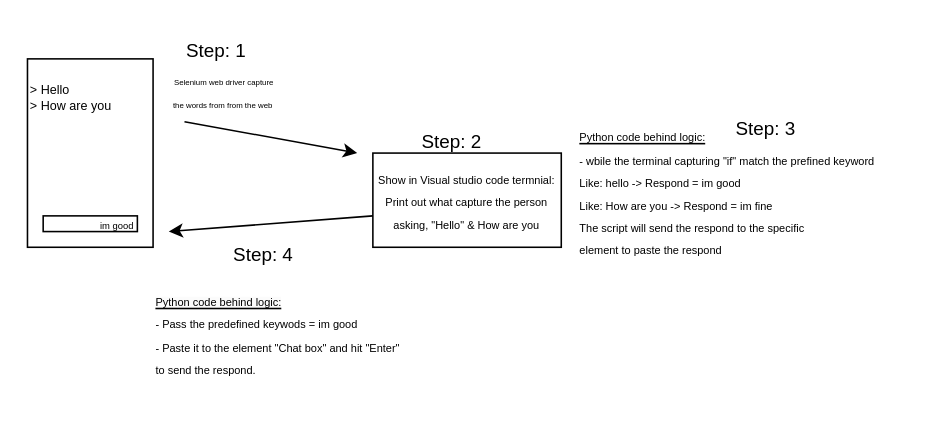
This is Selenium_AutoRespond.drawio from seongkah/draw.io, a draw.io file, before an edit. Source tidied: cells renumbered, new cells numbered last; positions are measured from the earlier drawing's top-left corner, leaving out a move shared by most shapes. Both pictures are drawn from the tidied source at 157%, with x=0, y=0 at pixel (-5, 27).
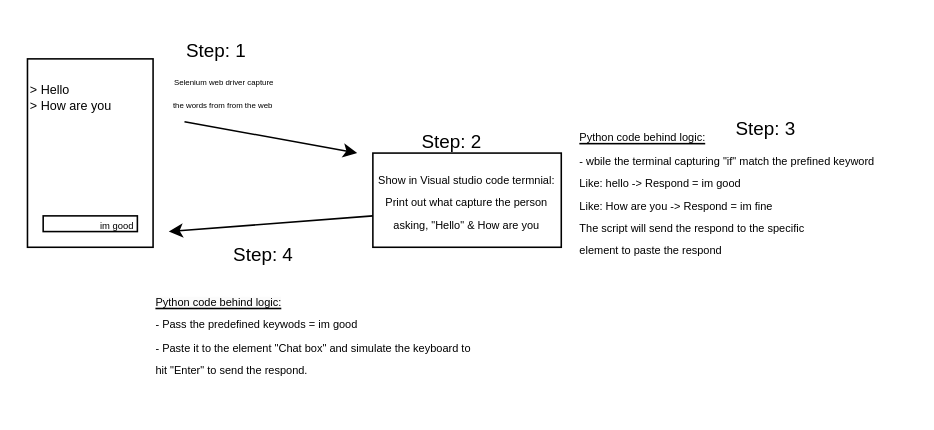
After the change.

The edit, as a diff of the source:
```diff
@@
 <mxGraphModel>
   <root>
     <mxCell id="0" />
     <mxCell id="1" parent="0" />
     <mxCell id="2" style="rounded=0;whiteSpace=wrap;html=1;rotation=-90;" parent="1" vertex="1">
       <mxGeometry y="40" width="120" height="80" as="geometry" />
     </mxCell>
     <mxCell id="3" value="&amp;gt; Hello&lt;br style=&quot;font-size: 8px;&quot;&gt;&amp;gt; How are you" style="text;html=1;align=left;verticalAlign=middle;strokeColor=none;fillColor=none;fontSize=8;" parent="1" vertex="1">
       <mxGeometry x="20" y="30" width="80" height="30" as="geometry" />
     </mxCell>
     <mxCell id="4" value="&lt;div style=&quot;&quot;&gt;&lt;span style=&quot;background-color: initial;&quot;&gt;&lt;font style=&quot;font-size: 6px;&quot;&gt;im good&lt;/font&gt;&lt;/span&gt;&lt;/div&gt;" style="rounded=0;whiteSpace=wrap;html=1;align=right;" parent="1" vertex="1">
       <mxGeometry x="30" y="120" width="60" height="10" as="geometry" />
     </mxCell>
     <mxCell id="5" style="endArrow=classic;html=1;rounded=0;" parent="1" edge="1">
       <mxGeometry relative="1" as="geometry">
         <mxPoint x="120" y="60" as="sourcePoint" />
         <mxPoint x="230" y="80" as="targetPoint" />
       </mxGeometry>
     </mxCell>
     <mxCell id="6" value="&lt;font style=&quot;font-size: 5px;&quot;&gt;Selenium web driver capture &lt;br&gt;the words from from the web&amp;nbsp;&lt;/font&gt;" style="text;html=1;align=center;verticalAlign=middle;strokeColor=none;fillColor=none;" parent="1" vertex="1">
       <mxGeometry x="100" y="20" width="90" height="40" as="geometry" />
     </mxCell>
     <mxCell id="7" value="&lt;font style=&quot;font-size: 7px;&quot;&gt;Show in Visual studio code termnial: Print out what capture the person asking, &quot;Hello&quot; &amp;amp; How are you&lt;/font&gt;" style="rounded=0;whiteSpace=wrap;html=1;" parent="1" vertex="1">
       <mxGeometry x="240" y="80" width="120" height="60" as="geometry" />
     </mxCell>
     <mxCell id="8" value="&lt;font style=&quot;font-size: 7px;&quot;&gt;&lt;u&gt;Python code behind logic:&lt;/u&gt;&lt;br&gt;- wbile the terminal capturing &quot;if&quot; match the prefined keyword&amp;nbsp;&lt;br&gt;Like: hello -&amp;gt; Respond = im good&lt;br&gt;Like: How are you -&amp;gt; Respond = im fine&lt;br&gt;The script will send the respond to the specific &lt;br&gt;element to paste the respond&lt;br&gt;&lt;/font&gt;" style="text;html=1;align=left;verticalAlign=middle;strokeColor=none;fillColor=none;" parent="1" vertex="1">
       <mxGeometry x="370" y="55" width="210" height="100" as="geometry" />
     </mxCell>
     <mxCell id="9" style="endArrow=classic;html=1;rounded=0;exitX=0;exitY=0.667;exitDx=0;exitDy=0;exitPerimeter=0;" parent="1" edge="1" source="7">
       <mxGeometry relative="1" as="geometry">
         <mxPoint x="110" y="130" as="targetPoint" />
       </mxGeometry>
     </mxCell>
     <mxCell id="10" value="Step: 1" style="text;html=1;align=center;verticalAlign=middle;strokeColor=none;fillColor=none;" parent="1" vertex="1">
       <mxGeometry x="110" width="60" height="30" as="geometry" />
     </mxCell>
     <mxCell id="11" value="Step: 2" style="text;html=1;align=center;verticalAlign=middle;strokeColor=none;fillColor=none;" parent="1" vertex="1">
       <mxGeometry x="260" y="58" width="60" height="30" as="geometry" />
     </mxCell>
     <mxCell id="12" value="Step: 3" style="text;html=1;align=center;verticalAlign=middle;strokeColor=none;fillColor=none;" parent="1" vertex="1">
       <mxGeometry x="460" y="50" width="60" height="30" as="geometry" />
     </mxCell>
     <mxCell id="13" value="Step: 4" style="text;html=1;align=center;verticalAlign=middle;strokeColor=none;fillColor=none;" parent="1" vertex="1">
       <mxGeometry x="140" y="130" width="60" height="30" as="geometry" />
     </mxCell>
-    <mxCell id="14" value="&lt;u style=&quot;forced-color-adjust: none; color: rgb(0, 0, 0); font-family: Helvetica; font-size: 7px; font-style: normal; font-variant-ligatures: normal; font-variant-caps: normal; font-weight: 400; letter-spacing: normal; orphans: 2; text-align: left; text-indent: 0px; text-transform: none; widows: 2; word-spacing: 0px; -webkit-text-stroke-width: 0px; white-space: nowrap; background-color: rgb(251, 251, 251);&quot;&gt;Python code behind logic:&lt;/u&gt;&lt;br style=&quot;forced-color-adjust: none; color: rgb(0, 0, 0); font-family: Helvetica; font-size: 7px; font-style: normal; font-variant-ligatures: normal; font-variant-caps: normal; font-weight: 400; letter-spacing: normal; orphans: 2; text-align: left; text-indent: 0px; text-transform: none; widows: 2; word-spacing: 0px; -webkit-text-stroke-width: 0px; white-space: nowrap; background-color: rgb(251, 251, 251); text-decoration-thickness: initial; text-decoration-style: initial; text-decoration-color: initial;&quot;&gt;&lt;span style=&quot;font-size: 7px; text-wrap: nowrap;&quot;&gt;- Pass the predefined keywods = im good&amp;nbsp;&lt;br&gt;- Paste it to the element &quot;Chat box&quot; and hit &quot;Enter&quot;&amp;nbsp;&lt;br&gt;to send the respond.&amp;nbsp;&lt;/span&gt;" style="text;whiteSpace=wrap;html=1;" parent="1" vertex="1">
+    <mxCell id="14" value="&lt;u style=&quot;forced-color-adjust: none; color: rgb(0, 0, 0); font-family: Helvetica; font-size: 7px; font-style: normal; font-variant-ligatures: normal; font-variant-caps: normal; font-weight: 400; letter-spacing: normal; orphans: 2; text-align: left; text-indent: 0px; text-transform: none; widows: 2; word-spacing: 0px; -webkit-text-stroke-width: 0px; white-space: nowrap; background-color: rgb(251, 251, 251);&quot;&gt;Python code behind logic:&lt;/u&gt;&lt;br style=&quot;forced-color-adjust: none; color: rgb(0, 0, 0); font-family: Helvetica; font-size: 7px; font-style: normal; font-variant-ligatures: normal; font-variant-caps: normal; font-weight: 400; letter-spacing: normal; orphans: 2; text-align: left; text-indent: 0px; text-transform: none; widows: 2; word-spacing: 0px; -webkit-text-stroke-width: 0px; white-space: nowrap; background-color: rgb(251, 251, 251); text-decoration-thickness: initial; text-decoration-style: initial; text-decoration-color: initial;&quot;&gt;&lt;span style=&quot;font-size: 7px; text-wrap: nowrap;&quot;&gt;- Pass the predefined keywods = im good&amp;nbsp;&lt;br&gt;- Paste it to the element &quot;Chat box&quot; and simulate the keyboard to &lt;br&gt;hit &quot;Enter&quot;&amp;nbsp;to send the respond.&amp;nbsp;&lt;/span&gt;" style="text;whiteSpace=wrap;html=1;" parent="1" vertex="1">
       <mxGeometry x="100" y="160" width="160" height="80" as="geometry" />
     </mxCell>
   </root>
 </mxGraphModel>
```
